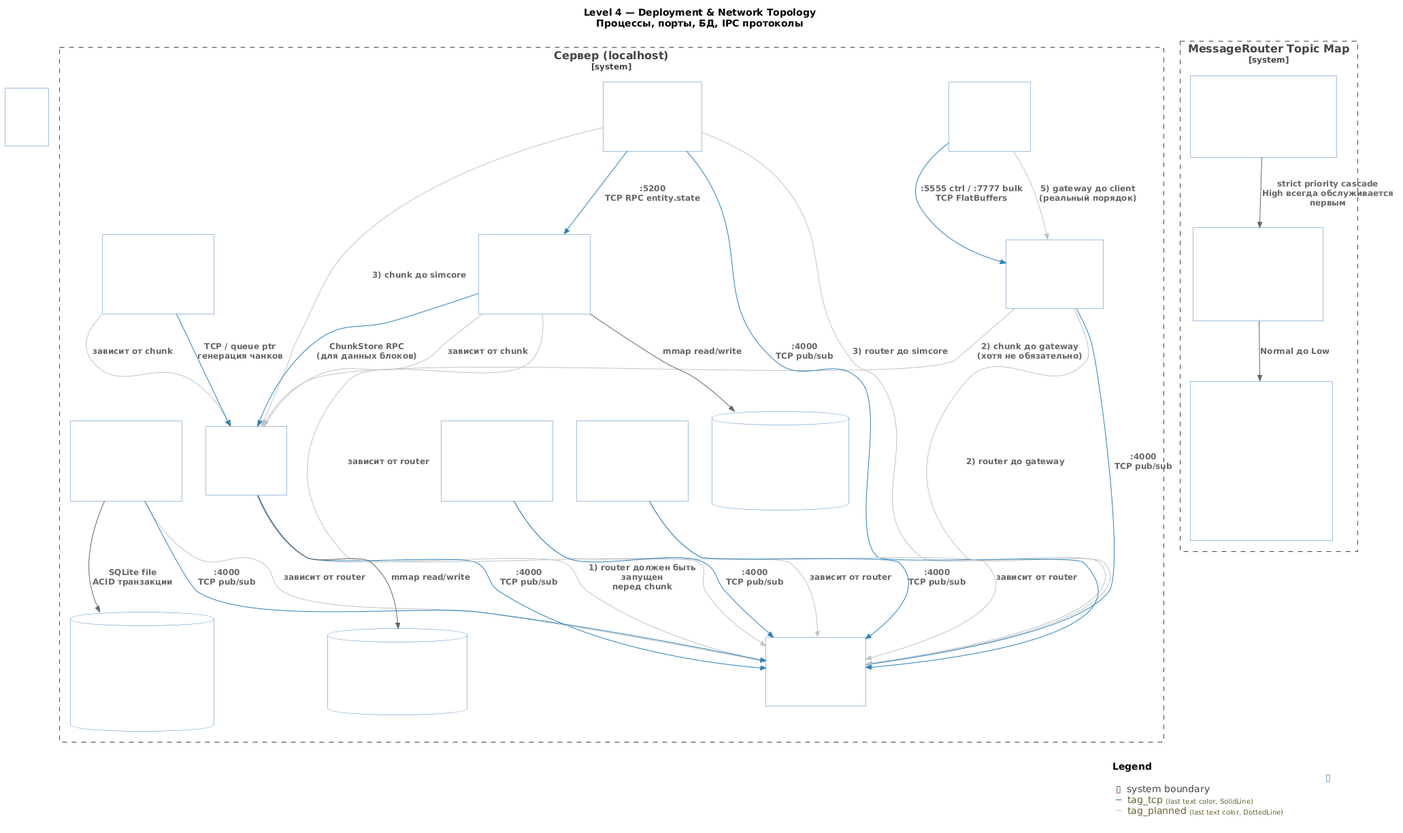
Earlier version of the PlantUML export doc/c4/GTNH-Platform-Deployment-level4.png (lexasub/gtnh-platform).
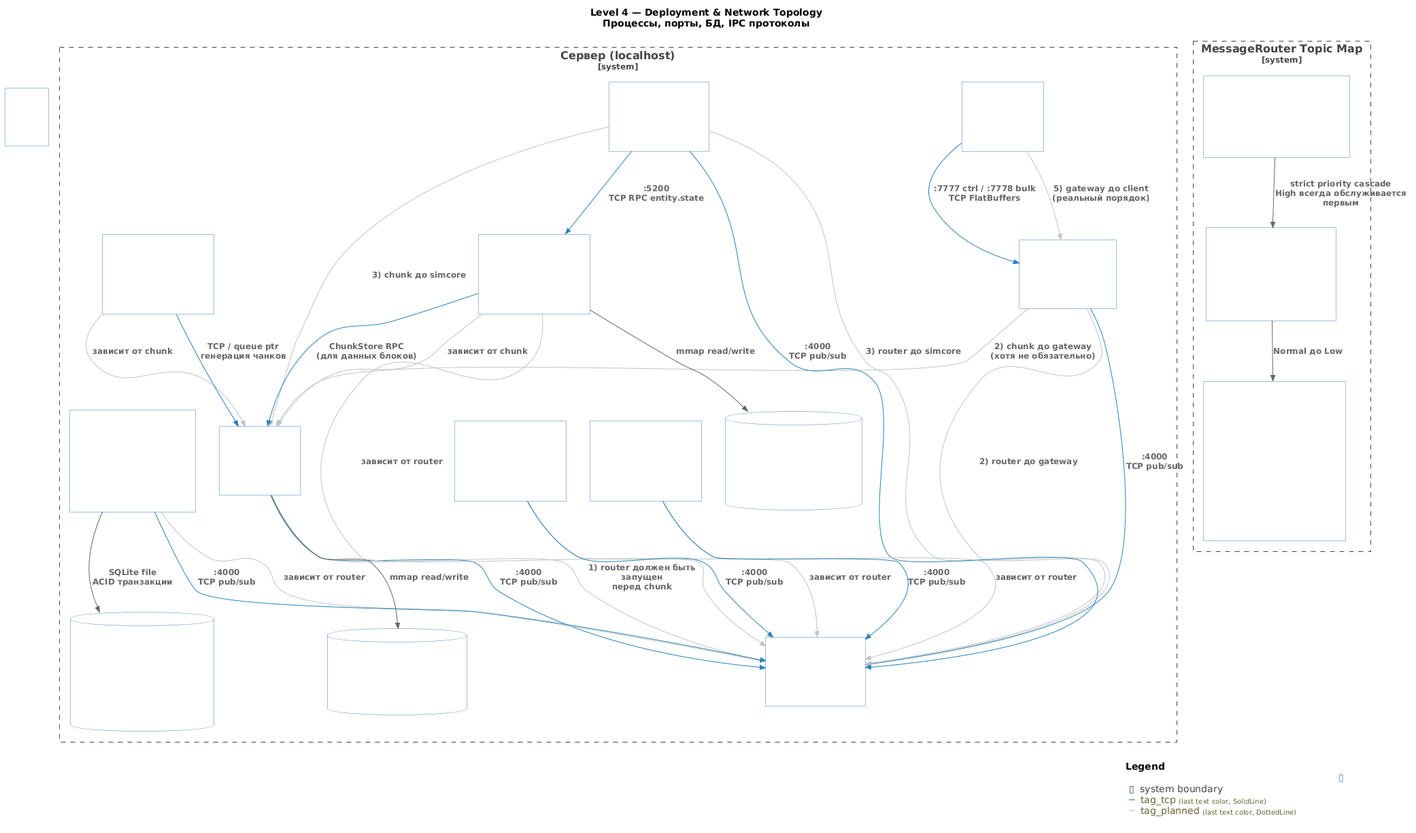
The same diagram one commit later.

The edit, as a diff of the source:
```diff
@@ -15,15 +15,15 @@
 
     Container(router_d, "routerd", "Go :4000", "1. MessageRouter\npub/sub bus")
     Container(chunk_d, "chunkd", "C++", "2. ChunkStore\nLMDB storage")
-    Container(gateway_d, "gatewayd", "C++ :5555 / :7777", "3. Gateway\nTCP шлюз")
-    Container(simcore_d, "simcored", "C++ :5100", "4. SimulationCore\nECS 20Hz")
+    Container(gateway_d, "gatewayd", "C++ :7777 / :7778", "3. Gateway\nTCP шлюз")
+    Container(simcore_d, "simcored", "C++ :4000 (router)", "4. SimulationCore\nECS 20Hz")
     Container(client_d, "client", "C++ :55555", "5. GameClient\nbgfx + GLFW")
 
     Container(ess_d, "entityd", "C++ :5200", "EntityStateStore\n(запускается после chunkd)")
-    Container(metadb_d, "metadbd", "Go", "MetaDB\n(запускается после routerd)")
+    Container(metadb_d, "metadbd", "Go :5005 / :5006", "MetaDB\nJSON API (:5005)\nFlatBuffers RPC (:5006)\n(запускается после routerd)")
     Container(worldgen_d, "worldgend", "C++", "WorldGenerator\n(запускается после chunkd)")
     Container(pipenet_d, "piped", "C++", "PipeNetwork\n(запускается после simcored)")
-    Container(recipeman_d, "reciped", "C++", "RecipeManager\n(запускается после routerd)")
+    Container(recipeman_d, "reciped", "C++ :5555 (router)", "RecipeManager\n(запускается после routerd)")
     PLAN_CONTAINER(spatial_d, "spatiald", "C++", "SpatialIndex\n(PLANNED)")
 
     Rel(chunk_d, router_d, "1) router должен быть запущен\nперед chunk", $tags="tag_planned")
@@ -39,7 +39,7 @@
     Rel(pipenet_d, router_d, "зависит от router", $tags="tag_planned")
     Rel(recipeman_d, router_d, "зависит от router", $tags="tag_planned")
 
-    Rel(client_d, gateway_d, ":5555 ctrl / :7777 bulk\nTCP FlatBuffers", $tags="tag_tcp")
+    Rel(client_d, gateway_d, ":7777 ctrl / :7778 bulk\nTCP FlatBuffers", $tags="tag_tcp")
     Rel(gateway_d, router_d, ":4000\nTCP pub/sub", $tags="tag_tcp")
     Rel(chunk_d, router_d, ":4000\nTCP pub/sub", $tags="tag_tcp")
     Rel(simcore_d, router_d, ":4000\nTCP pub/sub", $tags="tag_tcp")
```
